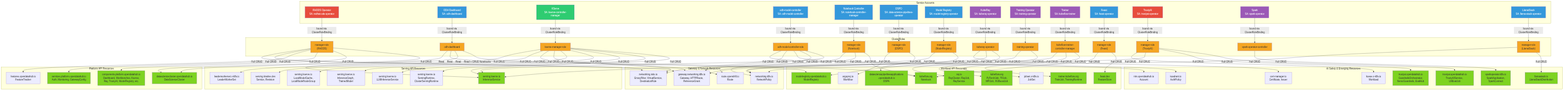
Above: architecture/rhoai-3.4-ea.1/diagrams/platform-rbac.png in rhuss/architecture-context (Mermaid), before the change. Its source is kept beside it as architecture/rhoai-3.4-ea.1/diagrams/platform-rbac.mmd.
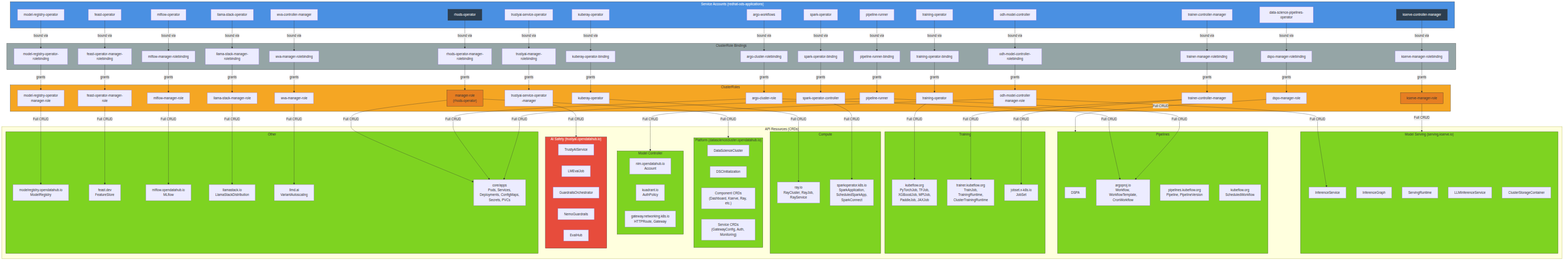
The same diagram one commit later.

What changed in the source:
```diff
@@ -1,205 +1,189 @@
 
 graph TD
-    subgraph ServiceAccounts["Service Accounts"]
-        SA_RHODS["RHODS Operator<br/>SA: redhat-ods-operator"]
-        SA_Dashboard["ODH Dashboard<br/>SA: odh-dashboard"]
-        SA_KServe["KServe<br/>SA: kserve-controller-manager"]
-        SA_ModelCtrl["odh-model-controller<br/>SA: odh-model-controller"]
-        SA_NotebookCtrl["Notebook Controller<br/>SA: notebook-controller-manager"]
-        SA_DSPO["DSPO<br/>SA: data-science-pipelines-operator"]
-        SA_ModelReg["Model Registry<br/>SA: model-registry-operator"]
-        SA_KubeRay["KubeRay<br/>SA: kuberay-operator"]
-        SA_Training["Training Operator<br/>SA: training-operator"]
-        SA_Trainer["Trainer<br/>SA: kubeflow-trainer"]
-        SA_Feast["Feast<br/>SA: feast-operator"]
-        SA_TrustyAI["TrustyAI<br/>SA: trustyai-operator"]
-        SA_Spark["Spark<br/>SA: spark-operator"]
-        SA_LlamaStack["LlamaStack<br/>SA: llama-stack-operator"]
+    subgraph ServiceAccounts["Service Accounts (redhat-ods-applications)"]
+        SA_Rhods["rhods-operator"]
+        SA_KServe["kserve-controller-manager"]
+        SA_ODHModel["odh-model-controller"]
+        SA_DSPO["data-science-pipelines-operator"]
+        SA_ModelReg["model-registry-operator"]
+        SA_Training["training-operator"]
+        SA_Trainer["trainer-controller-manager"]
+        SA_KubeRay["kuberay-operator"]
+        SA_Spark["spark-operator"]
+        SA_TrustyAI["trustyai-service-operator"]
+        SA_Feast["feast-operator"]
+        SA_MLflow["mlflow-operator"]
+        SA_Llama["llama-stack-operator"]
+        SA_WVA["wva-controller-manager"]
+        SA_Argo["argo-workflows"]
+        SA_PipelineRunner["pipeline-runner"]
+    end
+
+    subgraph ClusterRoleBindings["ClusterRole Bindings"]
+        CRB_Rhods["rhods-operator-manager-rolebinding"]
+        CRB_KServe["kserve-manager-rolebinding"]
+        CRB_ODHModel["odh-model-controller-rolebinding"]
+        CRB_DSPO["dspo-manager-rolebinding"]
+        CRB_ModelReg["model-registry-operator-rolebinding"]
+        CRB_Training["training-operator-binding"]
+        CRB_Trainer["trainer-manager-rolebinding"]
+        CRB_KubeRay["kuberay-operator-binding"]
+        CRB_Spark["spark-operator-binding"]
+        CRB_TrustyAI["trustyai-manager-rolebinding"]
+        CRB_Feast["feast-operator-manager-rolebinding"]
+        CRB_MLflow["mlflow-manager-rolebinding"]
+        CRB_Llama["llama-stack-manager-rolebinding"]
+        CRB_WVA["wva-manager-rolebinding"]
+        CRB_Argo["argo-cluster-rolebinding"]
+        CRB_Pipeline["pipeline-runner-binding"]
     end
 
     subgraph ClusterRoles["ClusterRoles"]
-        CR_RHODS["manager-role<br/>(RHODS)"]
-        CR_Dashboard["odh-dashboard"]
+        CR_Rhods["manager-role<br/>(rhods-operator)"]
         CR_KServe["kserve-manager-role"]
-        CR_ModelCtrl["odh-model-controller-role"]
-        CR_NotebookCtrl["manager-role<br/>(Notebook)"]
-        CR_DSPO["manager-role<br/>(DSPO)"]
-        CR_ModelReg["manager-role<br/>(ModelRegistry)"]
+        CR_ODHModel["odh-model-controller<br/>manager-role"]
+        CR_DSPO["dspo-manager-role"]
+        CR_ModelReg["model-registry-operator<br/>manager-role"]
+        CR_Training["training-operator"]
+        CR_Trainer["trainer-controller-manager"]
         CR_KubeRay["kuberay-operator"]
-        CR_Training["training-operator"]
-        CR_Trainer["kubeflow-trainer-<br/>controller-manager"]
-        CR_Feast["manager-role<br/>(Feast)"]
-        CR_TrustyAI["manager-role<br/>(TrustyAI)"]
         CR_Spark["spark-operator-controller"]
-        CR_LlamaStack["manager-role<br/>(LlamaStack)"]
+        CR_TrustyAI["trustyai-service-operator<br/>-manager"]
+        CR_Feast["feast-operator-manager-role"]
+        CR_MLflow["mlflow-manager-role"]
+        CR_Llama["llama-stack-manager-role"]
+        CR_WVA["wva-manager-role"]
+        CR_Argo["argo-cluster-role"]
+        CR_Pipeline["pipeline-runner"]
     end
 
-    subgraph PlatformResources["Platform API Resources"]
-        DSC["datasciencecluster.opendatahub.io<br/>DataScienceCluster"]
-        ComponentCRs["components.platform.opendatahub.io<br/>Dashboard, Workbenches, Kserve,<br/>Ray, TrustyAI, ModelRegistry, etc."]
-        ServiceCRs["services.platform.opendatahub.io<br/>Auth, Monitoring, GatewayConfig"]
-        FeatureTracker["features.opendatahub.io<br/>FeatureTracker"]
+    subgraph APIResources["API Resources (CRDs)"]
+        subgraph PlatformCRDs["Platform (datasciencecluster.opendatahub.io)"]
+            DSC["DataScienceCluster"]
+            DSCInit["DSCInitialization"]
+            CompCRDs["Component CRDs<br/>(Dashboard, Kserve, Ray, etc.)"]
+            SvcCRDs["Service CRDs<br/>(GatewayConfig, Auth, Monitoring)"]
+        end
+
+        subgraph ServingCRDs["Model Serving (serving.kserve.io)"]
+            IS["InferenceService"]
+            IG["InferenceGraph"]
+            SR["ServingRuntime"]
+            LLMIS["LLMInferenceService"]
+            CSC["ClusterStorageContainer"]
+        end
+
+        subgraph ModelControllerCRDs["Model Controller"]
+            NIMAccount["nim.opendatahub.io<br/>Account"]
+            AuthPolicy["kuadrant.io<br/>AuthPolicy"]
+            HTTPRoute["gateway.networking.k8s.io<br/>HTTPRoute, Gateway"]
+        end
+
+        subgraph PipelineCRDs["Pipelines"]
+            DSPA["DSPA"]
+            Workflow["argoproj.io<br/>Workflow, WorkflowTemplate,<br/>CronWorkflow"]
+            Pipeline["pipelines.kubeflow.org<br/>Pipeline, PipelineVersion"]
+            SchedWF["kubeflow.org<br/>ScheduledWorkflow"]
+        end
+
+        subgraph TrainingCRDs["Training"]
+            PyTorchJob["kubeflow.org<br/>PyTorchJob, TFJob,<br/>XGBoostJob, MPIJob,<br/>PaddleJob, JAXJob"]
+            TrainJob["trainer.kubeflow.org<br/>TrainJob,<br/>TrainingRuntime,<br/>ClusterTrainingRuntime"]
+            JobSet["jobset.x-k8s.io<br/>JobSet"]
+        end
+
+        subgraph ComputeCRDs["Compute"]
+            RayCRDs["ray.io<br/>RayCluster, RayJob,<br/>RayService"]
+            SparkCRDs["sparkoperator.k8s.io<br/>SparkApplication,<br/>ScheduledSparkApp,<br/>SparkConnect"]
+        end
+
+        subgraph SafetyCRDs["AI Safety (trustyai.opendatahub.io)"]
+            TrustyAISvc["TrustyAIService"]
+            LMEvalJob["LMEvalJob"]
+            GuardrailsOrch["GuardrailsOrchestrator"]
+            NemoGuardrails["NemoGuardrails"]
+            EvalHubCRD["EvalHub"]
+        end
+
+        subgraph OtherCRDs["Other"]
+            MR["modelregistry.opendatahub.io<br/>ModelRegistry"]
+            FS["feast.dev<br/>FeatureStore"]
+            MLflowCR["mlflow.opendatahub.io<br/>MLflow"]
+            LlamaSD["llamastack.io<br/>LlamaStackDistribution"]
+            VA["llmd.ai<br/>VariantAutoscaling"]
+            K8sCore["core/apps<br/>Pods, Services,<br/>Deployments, ConfigMaps,<br/>Secrets, PVCs"]
+        end
     end
 
-    subgraph GatewayResources["Gateway & Network Resources"]
-        Gateways["gateway.networking.k8s.io<br/>Gateway, HTTPRoute,<br/>ReferenceGrant"]
-        EnvoyFilters["networking.istio.io<br/>EnvoyFilter, VirtualService,<br/>DestinationRule"]
-        Routes["route.openshift.io<br/>Route"]
-        NetworkPolicies["networking.k8s.io<br/>NetworkPolicy"]
-    end
+    SA_Rhods -->|bound via| CRB_Rhods
+    SA_KServe -->|bound via| CRB_KServe
+    SA_ODHModel -->|bound via| CRB_ODHModel
+    SA_DSPO -->|bound via| CRB_DSPO
+    SA_ModelReg -->|bound via| CRB_ModelReg
+    SA_Training -->|bound via| CRB_Training
+    SA_Trainer -->|bound via| CRB_Trainer
+    SA_KubeRay -->|bound via| CRB_KubeRay
+    SA_Spark -->|bound via| CRB_Spark
+    SA_TrustyAI -->|bound via| CRB_TrustyAI
+    SA_Feast -->|bound via| CRB_Feast
+    SA_MLflow -->|bound via| CRB_MLflow
+    SA_Llama -->|bound via| CRB_Llama
+    SA_WVA -->|bound via| CRB_WVA
+    SA_Argo -->|bound via| CRB_Argo
+    SA_PipelineRunner -->|bound via| CRB_Pipeline
 
-    subgraph ServingResources["Serving API Resources"]
-        ISVC["serving.kserve.io<br/>InferenceService"]
-        ServingRuntime["serving.kserve.io<br/>ServingRuntime,<br/>ClusterServingRuntime"]
-        LLMISVC["serving.kserve.io<br/>LLMInferenceService"]
-        InferenceGraph["serving.kserve.io<br/>InferenceGraph, TrainedModel"]
-        LocalModelCache["serving.kserve.io<br/>LocalModelCache,<br/>LocalModelNodeGroup"]
-        LWS["leaderworkerset.x-k8s.io<br/>LeaderWorkerSet"]
-        KnativeService["serving.knative.dev<br/>Service, Revision"]
-    end
+    CRB_Rhods -->|grants| CR_Rhods
+    CRB_KServe -->|grants| CR_KServe
+    CRB_ODHModel -->|grants| CR_ODHModel
+    CRB_DSPO -->|grants| CR_DSPO
+    CRB_ModelReg -->|grants| CR_ModelReg
+    CRB_Training -->|grants| CR_Training
+    CRB_Trainer -->|grants| CR_Trainer
+    CRB_KubeRay -->|grants| CR_KubeRay
+    CRB_Spark -->|grants| CR_Spark
+    CRB_TrustyAI -->|grants| CR_TrustyAI
+    CRB_Feast -->|grants| CR_Feast
+    CRB_MLflow -->|grants| CR_MLflow
+    CRB_Llama -->|grants| CR_Llama
+    CRB_WVA -->|grants| CR_WVA
+    CRB_Argo -->|grants| CR_Argo
+    CRB_Pipeline -->|grants| CR_Pipeline
 
-    subgraph WorkloadResources["Workload API Resources"]
-        Notebook["kubeflow.org<br/>Notebook"]
-        DSPA["datasciencepipelinesapplications<br/>.opendatahub.io<br/>DSPA"]
-        Workflows["argoproj.io<br/>Workflow"]
-        ModelRegistry["modelregistry.opendatahub.io<br/>ModelRegistry"]
-        RayCRs["ray.io<br/>RayCluster, RayJob,<br/>RayService"]
-        TrainingJobs["kubeflow.org<br/>PyTorchJob, TFJob,<br/>MPIJob, XGBoostJob"]
-        TrainJob["trainer.kubeflow.org<br/>TrainJob, TrainingRuntime"]
-        JobSets["jobset.x-k8s.io<br/>JobSet"]
-        FeatureStore["feast.dev<br/>FeatureStore"]
-    end
+    CR_Rhods -->|"Full CRUD"| PlatformCRDs
+    CR_Rhods -->|"Full CRUD"| K8sCore
+    CR_KServe -->|"Full CRUD"| ServingCRDs
+    CR_ODHModel -->|"Full CRUD"| ModelControllerCRDs
+    CR_ODHModel -->|"Full CRUD"| IS
+    CR_DSPO -->|"Full CRUD"| PipelineCRDs
+    CR_ModelReg -->|"Full CRUD"| MR
+    CR_Training -->|"Full CRUD"| PyTorchJob
+    CR_Trainer -->|"Full CRUD"| TrainJob
+    CR_Trainer -->|"Full CRUD"| JobSet
+    CR_KubeRay -->|"Full CRUD"| RayCRDs
+    CR_Spark -->|"Full CRUD"| SparkCRDs
+    CR_TrustyAI -->|"Full CRUD"| SafetyCRDs
+    CR_Feast -->|"Full CRUD"| FS
+    CR_MLflow -->|"Full CRUD"| MLflowCR
+    CR_Llama -->|"Full CRUD"| LlamaSD
+    CR_WVA -->|"Full CRUD"| VA
+    CR_Argo -->|"Full CRUD"| Workflow
+    CR_Argo -->|"Full CRUD"| K8sCore
+    CR_Pipeline -->|"Full CRUD"| Workflow
+    CR_Pipeline -->|"Full CRUD"| K8sCore
 
-    subgraph AIResources["AI Safety & Emerging Resources"]
-        TrustyAISvc["trustyai.opendatahub.io<br/>TrustyAIService, LMEvalJob"]
-        Guardrails["trustyai.opendatahub.io<br/>GuardrailsOrchestrator,<br/>NemoGuardrails, EvalHub"]
-        KueueWorkload["kueue.x-k8s.io<br/>Workload"]
-        SparkApp["sparkoperator.k8s.io<br/>SparkApplication,<br/>SparkConnect"]
-        LlamaStackDist["llamastack.io<br/>LlamaStackDistribution"]
-        NIMAccount["nim.opendatahub.io<br/>Account"]
-        AuthPolicy["kuadrant.io<br/>AuthPolicy"]
-        CertManagerCerts["cert-manager.io<br/>Certificate, Issuer"]
-    end
+    style ServiceAccounts fill:#4a90e2,stroke:#333,color:#fff
+    style ClusterRoleBindings fill:#95a5a6,stroke:#333
+    style ClusterRoles fill:#f5a623,stroke:#333
+    style PlatformCRDs fill:#7ed321,stroke:#333
+    style ServingCRDs fill:#7ed321,stroke:#333
+    style ModelControllerCRDs fill:#7ed321,stroke:#333
+    style PipelineCRDs fill:#7ed321,stroke:#333
+    style TrainingCRDs fill:#7ed321,stroke:#333
+    style ComputeCRDs fill:#7ed321,stroke:#333
+    style SafetyCRDs fill:#e74c3c,stroke:#333,color:#fff
+    style OtherCRDs fill:#7ed321,stroke:#333
 
-    SA_RHODS -->|bound via ClusterRoleBinding| CR_RHODS
-    SA_Dashboard -->|bound via ClusterRoleBinding| CR_Dashboard
-    SA_KServe -->|bound via ClusterRoleBinding| CR_KServe
-    SA_ModelCtrl -->|bound via ClusterRoleBinding| CR_ModelCtrl
-    SA_NotebookCtrl -->|bound via ClusterRoleBinding| CR_NotebookCtrl
-    SA_DSPO -->|bound via ClusterRoleBinding| CR_DSPO
-    SA_ModelReg -->|bound via ClusterRoleBinding| CR_ModelReg
-    SA_KubeRay -->|bound via ClusterRoleBinding| CR_KubeRay
-    SA_Training -->|bound via ClusterRoleBinding| CR_Training
-    SA_Trainer -->|bound via ClusterRoleBinding| CR_Trainer
-    SA_Feast -->|bound via ClusterRoleBinding| CR_Feast
-    SA_TrustyAI -->|bound via ClusterRoleBinding| CR_TrustyAI
-    SA_Spark -->|bound via ClusterRoleBinding| CR_Spark
-    SA_LlamaStack -->|bound via ClusterRoleBinding| CR_LlamaStack
-
-    CR_RHODS -->|Full CRUD| DSC
-    CR_RHODS -->|Full CRUD| ComponentCRs
-    CR_RHODS -->|Full CRUD| ServiceCRs
-    CR_RHODS -->|Full CRUD| FeatureTracker
-    CR_RHODS -->|Full CRUD| Gateways
-    CR_RHODS -->|Full CRUD| EnvoyFilters
-
-    CR_Dashboard -->|Read + CRUD Notebooks| Notebook
-    CR_Dashboard -->|Read| ISVC
-    CR_Dashboard -->|Read| ModelRegistry
-    CR_Dashboard -->|Read| DSC
-
-    CR_KServe -->|Full CRUD| ISVC
-    CR_KServe -->|Full CRUD| ServingRuntime
-    CR_KServe -->|Full CRUD| LLMISVC
-    CR_KServe -->|Full CRUD| InferenceGraph
-    CR_KServe -->|Full CRUD| LocalModelCache
-    CR_KServe -->|Full CRUD| Gateways
-    CR_KServe -->|Full CRUD| EnvoyFilters
-    CR_KServe -->|Full CRUD| KnativeService
-    CR_KServe -->|Full CRUD| LWS
-
-    CR_ModelCtrl -->|Full CRUD| ISVC
-    CR_ModelCtrl -->|Full CRUD| Routes
-    CR_ModelCtrl -->|Full CRUD| AuthPolicy
-    CR_ModelCtrl -->|Full CRUD| EnvoyFilters
-    CR_ModelCtrl -->|Full CRUD| NIMAccount
-
-    CR_NotebookCtrl -->|Full CRUD| Notebook
-    CR_NotebookCtrl -->|Full CRUD| Gateways
-    CR_NotebookCtrl -->|Full CRUD| NetworkPolicies
-
-    CR_DSPO -->|Full CRUD| DSPA
-    CR_DSPO -->|Full CRUD| Workflows
-
-    CR_ModelReg -->|Full CRUD| ModelRegistry
-    CR_ModelReg -->|Full CRUD| Routes
-
-    CR_KubeRay -->|Full CRUD| RayCRs
-    CR_KubeRay -->|Full CRUD| Gateways
-    CR_KubeRay -->|Full CRUD| CertManagerCerts
-
-    CR_Training -->|Full CRUD| TrainingJobs
-    CR_Training -->|Full CRUD| NetworkPolicies
-
-    CR_Trainer -->|Full CRUD| TrainJob
-    CR_Trainer -->|Full CRUD| JobSets
-    CR_Trainer -->|Full CRUD| NetworkPolicies
-
-    CR_Feast -->|Full CRUD| FeatureStore
-    CR_Feast -->|Full CRUD| Notebook
-
-    CR_TrustyAI -->|Full CRUD| TrustyAISvc
-    CR_TrustyAI -->|Full CRUD| Guardrails
-    CR_TrustyAI -->|Full CRUD| ISVC
-    CR_TrustyAI -->|Full CRUD| KueueWorkload
-
-    CR_Spark -->|Full CRUD| SparkApp
-
-    CR_LlamaStack -->|Full CRUD| LlamaStackDist
-    CR_LlamaStack -->|Full CRUD| NetworkPolicies
-
-    style SA_RHODS fill:#e74c3c,color:#fff
-    style SA_Dashboard fill:#3498db,color:#fff
-    style SA_KServe fill:#2ecc71,color:#fff
-    style SA_ModelCtrl fill:#3498db,color:#fff
-    style SA_NotebookCtrl fill:#3498db,color:#fff
-    style SA_DSPO fill:#3498db,color:#fff
-    style SA_ModelReg fill:#3498db,color:#fff
-    style SA_KubeRay fill:#9b59b6,color:#fff
-    style SA_Training fill:#9b59b6,color:#fff
-    style SA_Trainer fill:#9b59b6,color:#fff
-    style SA_Feast fill:#3498db,color:#fff
-    style SA_TrustyAI fill:#e74c3c,color:#fff
-    style SA_Spark fill:#9b59b6,color:#fff
-    style SA_LlamaStack fill:#3498db,color:#fff
-
-    style CR_RHODS fill:#f5a623
-    style CR_Dashboard fill:#f5a623
-    style CR_KServe fill:#f5a623
-    style CR_ModelCtrl fill:#f5a623
-    style CR_NotebookCtrl fill:#f5a623
-    style CR_DSPO fill:#f5a623
-    style CR_ModelReg fill:#f5a623
-    style CR_KubeRay fill:#f5a623
-    style CR_Training fill:#f5a623
-    style CR_Trainer fill:#f5a623
-    style CR_Feast fill:#f5a623
-    style CR_TrustyAI fill:#f5a623
-    style CR_Spark fill:#f5a623
-    style CR_LlamaStack fill:#f5a623
-
-    style DSC fill:#7ed321
-    style ComponentCRs fill:#7ed321
-    style ServiceCRs fill:#7ed321
-    style ISVC fill:#7ed321
-    style Notebook fill:#7ed321
-    style DSPA fill:#7ed321
-    style ModelRegistry fill:#7ed321
-    style RayCRs fill:#7ed321
-    style TrainingJobs fill:#7ed321
-    style TrainJob fill:#7ed321
-    style FeatureStore fill:#7ed321
-    style TrustyAISvc fill:#7ed321
-    style Guardrails fill:#7ed321
-    style SparkApp fill:#7ed321
-    style LlamaStackDist fill:#7ed321
+    style SA_Rhods fill:#2c3e50,stroke:#333,color:#fff
+    style SA_KServe fill:#2c3e50,stroke:#333,color:#fff
+    style CR_Rhods fill:#e67e22,stroke:#333
+    style CR_KServe fill:#e67e22,stroke:#333
```
